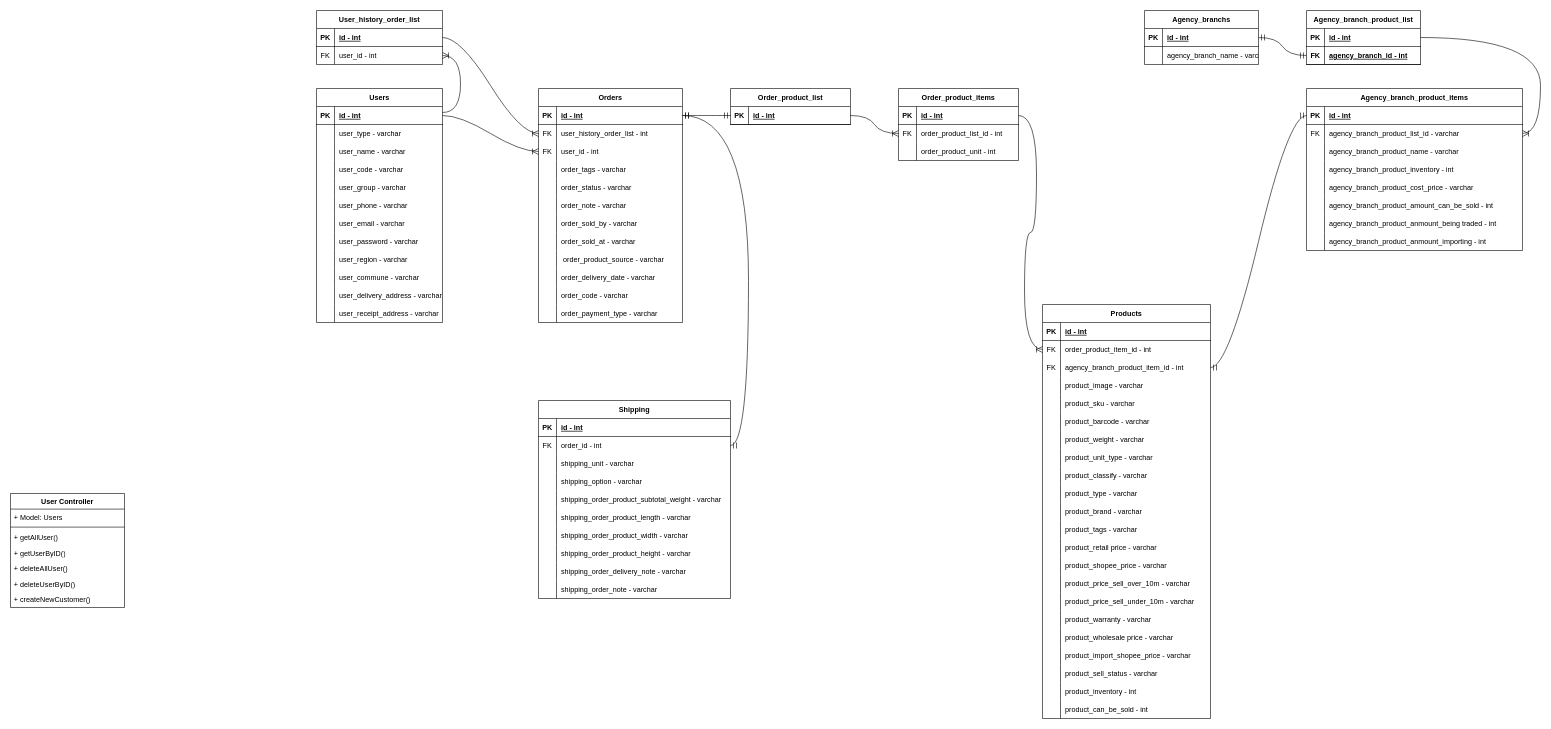
The draw.io diagram Untitled Diagram.drawio in tuantransn2001/MHK_Admin_Server_V1, before the edit. Source tidied: cells renumbered, new cells numbered last; positions are measured from the earlier drawing's top-left corner, leaving out a move shared by most shapes. Both pictures are drawn from the tidied source at 60%, with x=0, y=0 at pixel (10, 10).
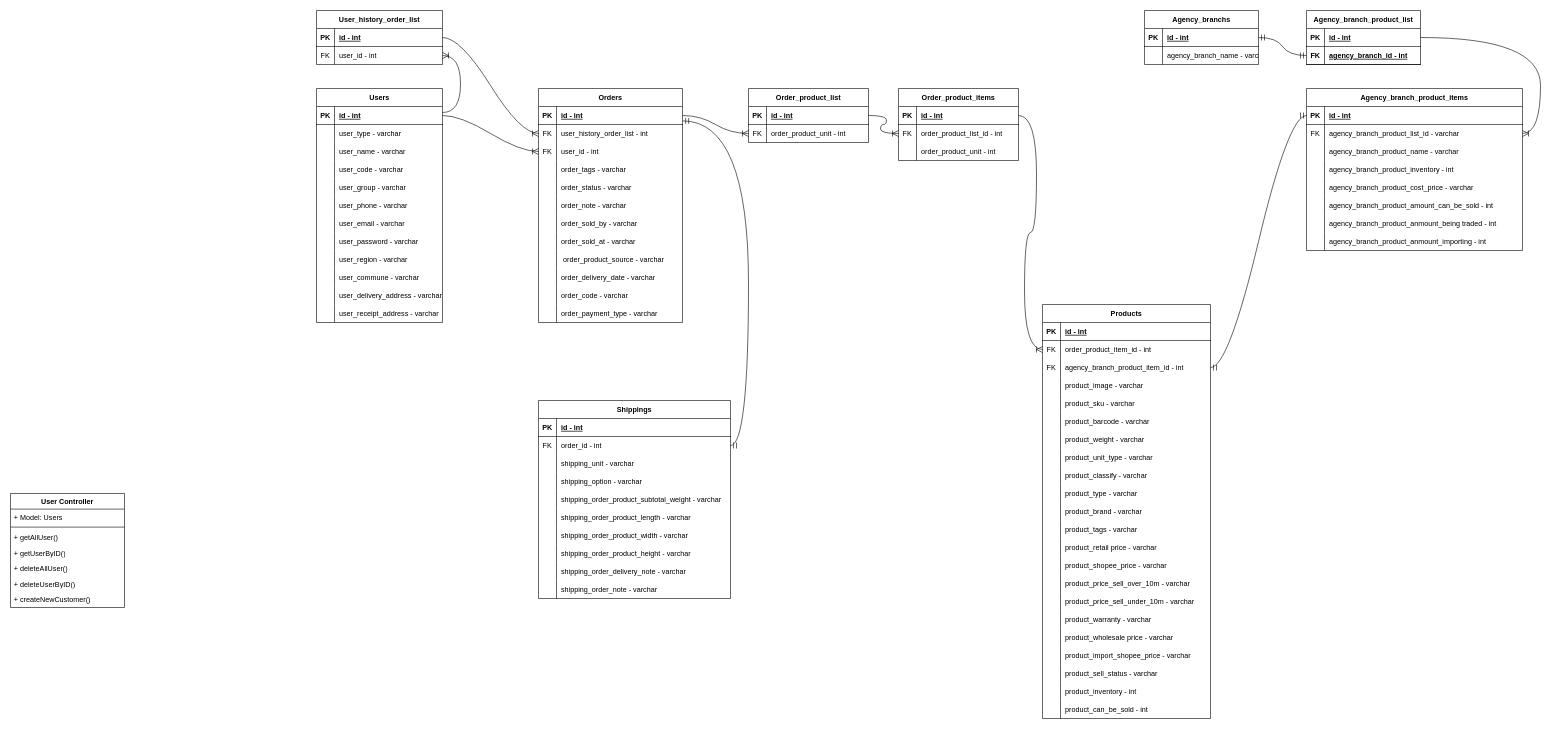
Above is the later version.

The change refers to these unchanged cells:
```xml
<mxCell id="48" style="shape=tableRow;horizontal=0;startSize=0;swimlaneHead=0;swimlaneBody=0;fillColor=none;points=[[0,0.5],[1,0.5]];portConstraint=eastwest;top=0;left=0;right=0;bottom=1;" parent="47" vertex="1">
  <mxGeometry y="30" width="240" height="30" as="geometry" />
</mxCell>
<mxCell id="162" style="shape=tableRow;horizontal=0;startSize=0;swimlaneHead=0;swimlaneBody=0;fillColor=none;points=[[0,0.5],[1,0.5]];portConstraint=eastwest;top=0;left=0;right=0;bottom=0;" parent="158" vertex="1">
  <mxGeometry y="60" width="320" height="30" as="geometry" />
</mxCell>
<mxCell id="190" style="shape=tableRow;horizontal=0;startSize=0;swimlaneHead=0;swimlaneBody=0;fillColor=none;points=[[0,0.5],[1,0.5]];portConstraint=eastwest;top=0;left=0;right=0;bottom=1;" parent="189" vertex="1">
  <mxGeometry y="30" width="200" height="30" as="geometry" />
</mxCell>
```

Diff of the diagram source:
```diff
@@
-    <mxCell id="158" value="Shipping" style="shape=table;startSize=30;childLayout=tableLayout;rowLines=0;fontStyle=1;align=center;" parent="1" vertex="1">
+    <mxCell id="158" value="Shippings" style="shape=table;startSize=30;childLayout=tableLayout;rowLines=0;fontStyle=1;align=center;" parent="1" vertex="1">
       <mxGeometry x="880" y="650" width="320" height="330" as="geometry" />
     </mxCell>
@@
     <mxCell id="189" value="Order_product_list" style="shape=table;startSize=30;childLayout=tableLayout;rowLines=0;fontStyle=1;align=center;" parent="1" vertex="1">
-      <mxGeometry x="1200" y="130" width="200" height="60" as="geometry" />
+      <mxGeometry x="1230" y="130" width="200" height="90" as="geometry" />
     </mxCell>
@@
+    <mxCell id="252" style="shape=tableRow;horizontal=0;startSize=0;swimlaneHead=0;swimlaneBody=0;fillColor=none;points=[[0,0.5],[1,0.5]];portConstraint=eastwest;top=0;left=0;right=0;bottom=0;" parent="189" vertex="1">
+      <mxGeometry y="60" width="200" height="30" as="geometry" />
+    </mxCell>
+    <mxCell id="253" value="FK" style="shape=partialRectangle;fillColor=none;top=0;left=0;bottom=0;right=0;overflow=hidden;" parent="252" vertex="1">
+      <mxGeometry width="30" height="30" as="geometry" />
+    </mxCell>
+    <mxCell id="254" value="order_product_unit - int" style="shape=partialRectangle;fillColor=none;top=0;left=0;bottom=0;right=0;align=left;spacingLeft=6;overflow=hidden;" parent="252" vertex="1">
+      <mxGeometry x="30" width="170" height="30" as="geometry" />
+    </mxCell>
@@
-    <mxCell id="238" style="edgeStyle=entityRelationEdgeStyle;fontSize=12;html=1;endArrow=ERmandOne;startArrow=ERmandOne;rounded=0;startSize=8;endSize=8;curved=1;entryX=1;entryY=0.5;entryDx=0;entryDy=0;exitX=0;exitY=0.5;exitDx=0;exitDy=0;" parent="1" edge="1" source="190" target="48">
-      <mxGeometry relative="1" as="geometry" />
-    </mxCell>
@@
-    <mxCell id="241" style="edgeStyle=entityRelationEdgeStyle;fontSize=12;html=1;endArrow=ERmandOne;startArrow=ERmandOne;rounded=0;startSize=8;endSize=8;curved=1;" parent="1" edge="1" source="162" target="48">
+    <mxCell id="241" style="edgeStyle=entityRelationEdgeStyle;fontSize=12;html=1;endArrow=ERmandOne;startArrow=ERmandOne;rounded=0;startSize=8;endSize=8;curved=1;entryX=1.001;entryY=0.8;entryDx=0;entryDy=0;entryPerimeter=0;" parent="1" edge="1" source="162" target="48">
       <mxGeometry relative="1" as="geometry" />
     </mxCell>
@@
+    <mxCell id="255" style="edgeStyle=entityRelationEdgeStyle;fontSize=12;html=1;endArrow=ERoneToMany;rounded=0;startSize=8;endSize=8;curved=1;entryX=0;entryY=0.5;entryDx=0;entryDy=0;" parent="1" edge="1" source="48" target="252">
+      <mxGeometry relative="1" as="geometry" />
+    </mxCell>
```
